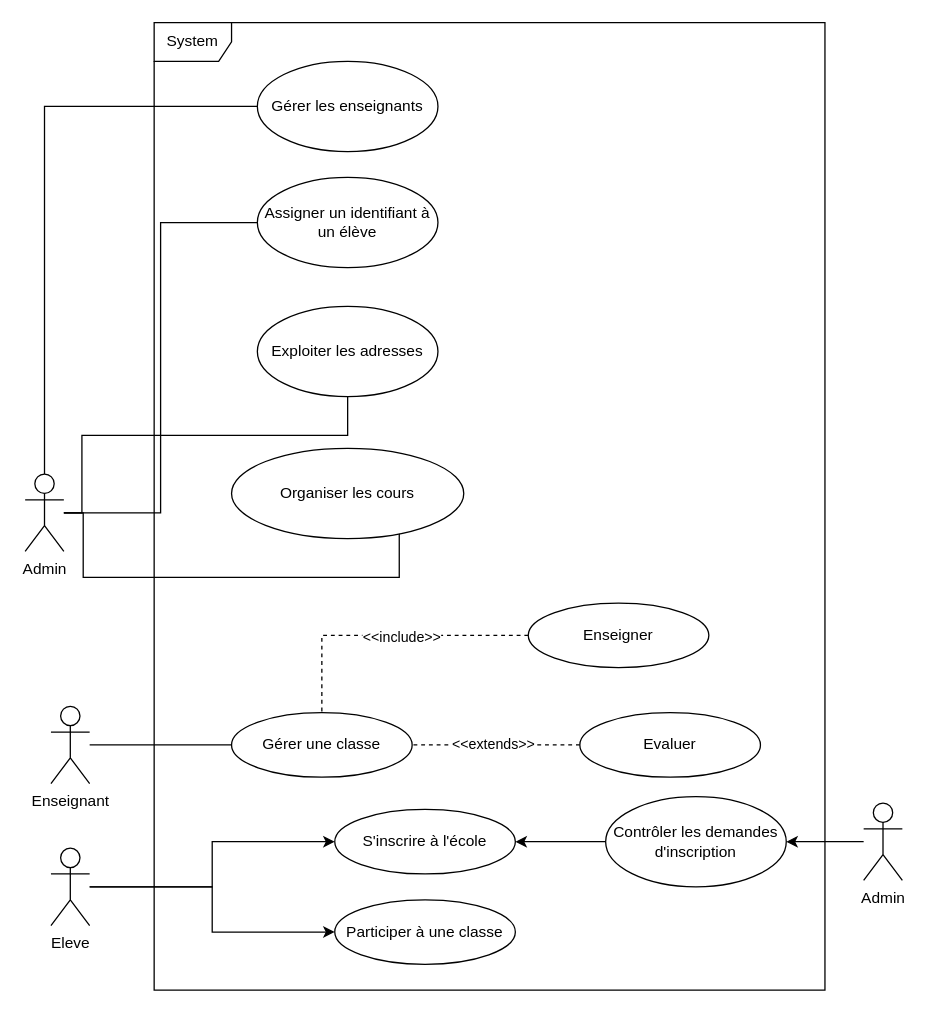
This is EcoleUML.drawio from KMorere/school_uml, a draw.io file, before an edit. Source tidied: cells renumbered, new cells numbered last; positions are measured from the earlier drawing's top-left corner, leaving out a move shared by most shapes. Both pictures are drawn from the tidied source at 129%, with x=0, y=0 at pixel (25, 22).
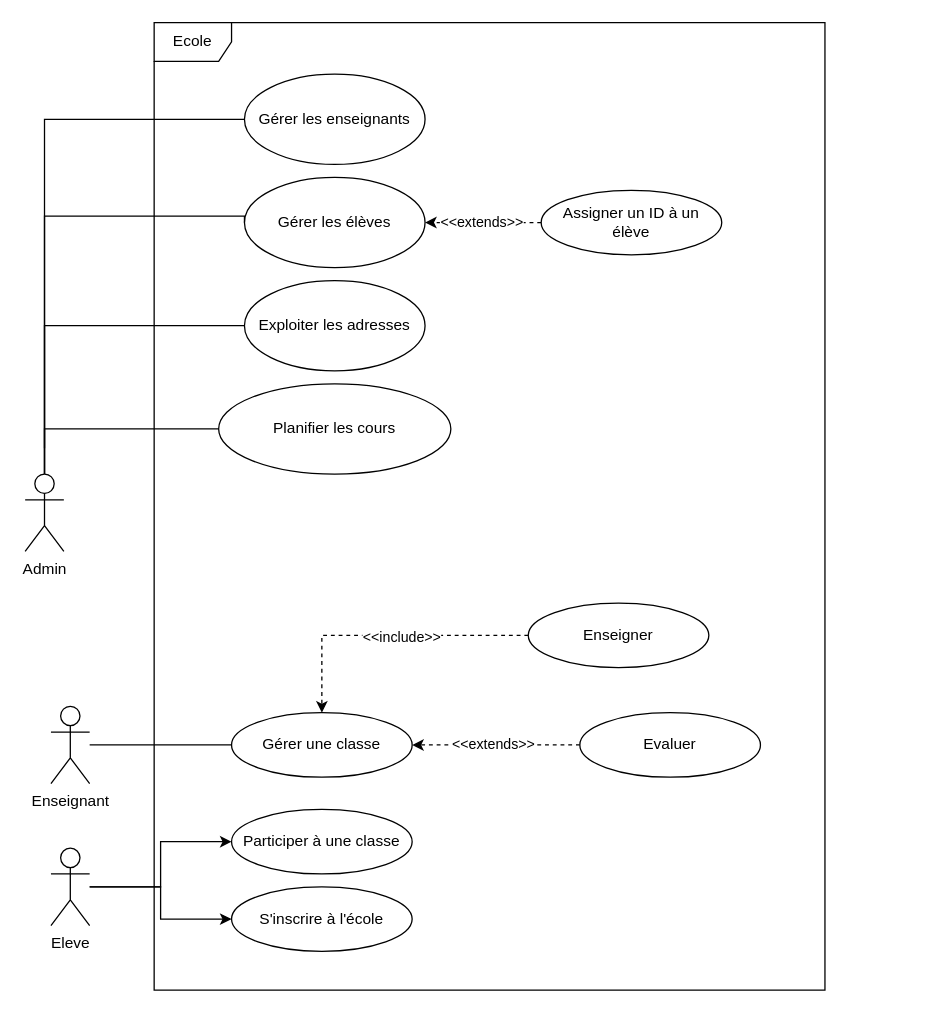
After the change.

Unchanged cells that the change refers to:
```xml
<mxCell id="9" value="Gérer une classe" style="ellipse;whiteSpace=wrap;html=1;" parent="1" vertex="1">
  <mxGeometry x="160" y="535" width="140" height="50" as="geometry" />
</mxCell>
<mxCell id="14" value="Admin" style="shape=umlActor;verticalLabelPosition=bottom;verticalAlign=top;html=1;" parent="1" vertex="1">
  <mxGeometry y="350" width="30" height="60" as="geometry" />
</mxCell>
<mxCell id="26" value="Enseigner" style="ellipse;whiteSpace=wrap;html=1;" parent="1" vertex="1">
  <mxGeometry x="390" y="450" width="140" height="50" as="geometry" />
</mxCell>
<mxCell id="29" value="Evaluer" style="ellipse;whiteSpace=wrap;html=1;" parent="1" vertex="1">
  <mxGeometry x="430" y="535" width="140" height="50" as="geometry" />
</mxCell>
```

Change to the diagram source:
```diff
@@
-    <mxCell id="7" value="System" style="shape=umlFrame;whiteSpace=wrap;html=1;" parent="1" vertex="1">
+    <mxCell id="7" value="Ecole" style="shape=umlFrame;whiteSpace=wrap;html=1;" parent="1" vertex="1">
       <mxGeometry x="100" width="520" height="750" as="geometry" />
     </mxCell>
     <mxCell id="8" value="Participer à une classe" style="ellipse;whiteSpace=wrap;html=1;" parent="1" vertex="1">
-      <mxGeometry x="240" y="680" width="140" height="50" as="geometry" />
+      <mxGeometry x="160" y="610" width="140" height="50" as="geometry" />
     </mxCell>
@@
     <mxCell id="10" value="Exploiter les adresses" style="ellipse;whiteSpace=wrap;html=1;" parent="1" vertex="1">
-      <mxGeometry x="180" y="220" width="140" height="70" as="geometry" />
+      <mxGeometry x="170" y="200" width="140" height="70" as="geometry" />
     </mxCell>
-    <mxCell id="11" style="edgeStyle=orthogonalEdgeStyle;rounded=0;jettySize=auto;html=1;endArrow=none;endFill=0;" parent="1" edge="1" source="14" target="10">
+    <mxCell id="11" style="edgeStyle=orthogonalEdgeStyle;rounded=0;jettySize=auto;html=1;endArrow=none;endFill=0;entryX=0;entryY=0.5;entryDx=0;entryDy=0;" parent="1" edge="1" target="10">
       <mxGeometry relative="1" as="geometry">
+        <mxPoint x="15" y="330" as="sourcePoint" />
         <Array as="points">
-          <mxPoint x="44" y="380" />
-          <mxPoint x="44" y="320" />
-          <mxPoint x="250" y="320" />
+          <mxPoint x="15" y="235" />
         </Array>
       </mxGeometry>
     </mxCell>
-    <mxCell id="12" style="edgeStyle=orthogonalEdgeStyle;rounded=0;jettySize=auto;html=1;entryX=0;entryY=0.5;entryDx=0;entryDy=0;" parent="1" edge="1" source="14" target="15">
-      <mxGeometry relative="1" as="geometry">
-        <Array as="points">
-          <mxPoint x="45" y="430" />
-          <mxPoint x="290" y="430" />
-          <mxPoint x="290" y="365" />
-        </Array>
-      </mxGeometry>
-    </mxCell>
-    <mxCell id="13" style="edgeStyle=orthogonalEdgeStyle;rounded=0;jettySize=auto;html=1;entryX=0;entryY=0.5;entryDx=0;entryDy=0;endArrow=none;endFill=0;" parent="1" edge="1" source="14" target="16">
-      <mxGeometry relative="1" as="geometry" />
-    </mxCell>
@@
-    <mxCell id="15" value="Organiser les cours" style="ellipse;whiteSpace=wrap;html=1;" parent="1" vertex="1">
-      <mxGeometry x="160" y="330" width="180" height="70" as="geometry" />
+    <mxCell id="15" value="Planifier les cours" style="ellipse;whiteSpace=wrap;html=1;" parent="1" vertex="1">
+      <mxGeometry x="150" y="280" width="180" height="70" as="geometry" />
     </mxCell>
-    <mxCell id="16" value="Assigner un identifiant à un élève" style="ellipse;whiteSpace=wrap;html=1;" parent="1" vertex="1">
-      <mxGeometry x="180" y="120" width="140" height="70" as="geometry" />
-    </mxCell>
@@
     <mxCell id="18" value="Gérer les enseignants" style="ellipse;whiteSpace=wrap;html=1;" parent="1" vertex="1">
-      <mxGeometry x="180" y="30" width="140" height="70" as="geometry" />
+      <mxGeometry x="170" y="40" width="140" height="70" as="geometry" />
     </mxCell>
     <mxCell id="19" value="S'inscrire à l'école" style="ellipse;whiteSpace=wrap;html=1;" parent="1" vertex="1">
-      <mxGeometry x="240" y="610" width="140" height="50" as="geometry" />
+      <mxGeometry x="160" y="670" width="140" height="50" as="geometry" />
     </mxCell>
-    <mxCell id="20" value="Admin" style="shape=umlActor;verticalLabelPosition=bottom;verticalAlign=top;html=1;" parent="1" vertex="1">
-      <mxGeometry x="650" y="605" width="30" height="60" as="geometry" />
-    </mxCell>
-    <mxCell id="21" style="edgeStyle=orthogonalEdgeStyle;rounded=0;jettySize=auto;html=1;" parent="1" edge="1" source="22" target="19">
-      <mxGeometry relative="1" as="geometry" />
-    </mxCell>
-    <mxCell id="22" value="Contrôler les demandes d'inscription" style="ellipse;whiteSpace=wrap;html=1;" parent="1" vertex="1">
-      <mxGeometry x="450" y="600" width="140" height="70" as="geometry" />
-    </mxCell>
-    <mxCell id="23" style="edgeStyle=orthogonalEdgeStyle;rounded=0;jettySize=auto;html=1;" parent="1" edge="1" source="20" target="22">
-      <mxGeometry relative="1" as="geometry" />
-    </mxCell>
-    <mxCell id="24" style="edgeStyle=orthogonalEdgeStyle;rounded=0;jettySize=auto;html=1;dashed=1;endArrow=none;endFill=0;" parent="1" edge="1" source="26" target="9">
+    <mxCell id="24" style="edgeStyle=orthogonalEdgeStyle;rounded=0;jettySize=auto;html=1;dashed=1;endArrow=classic;endFill=1;" parent="1" edge="1" source="26" target="9">
       <mxGeometry relative="1" as="geometry" />
     </mxCell>
@@
-    <mxCell id="27" style="edgeStyle=orthogonalEdgeStyle;rounded=0;jettySize=auto;html=1;dashed=1;endArrow=none;endFill=0;" parent="1" edge="1" source="29" target="9">
+    <mxCell id="27" style="edgeStyle=orthogonalEdgeStyle;rounded=0;jettySize=auto;html=1;dashed=1;endArrow=classic;endFill=1;" parent="1" edge="1" source="29" target="9">
       <mxGeometry relative="1" as="geometry" />
     </mxCell>
@@
+    <mxCell id="30" value="Gérer les élèves" style="ellipse;whiteSpace=wrap;html=1;" parent="1" vertex="1">
+      <mxGeometry x="170" y="120" width="140" height="70" as="geometry" />
+    </mxCell>
+    <mxCell id="31" style="edgeStyle=orthogonalEdgeStyle;rounded=0;jettySize=auto;html=1;entryX=0;entryY=0.5;entryDx=0;entryDy=0;endArrow=none;endFill=0;exitX=0.5;exitY=0;exitDx=0;exitDy=0;exitPerimeter=0;" parent="1" edge="1" source="14" target="30">
+      <mxGeometry relative="1" as="geometry">
+        <Array as="points">
+          <mxPoint x="15" y="150" />
+          <mxPoint x="170" y="150" />
+        </Array>
+      </mxGeometry>
+    </mxCell>
+    <mxCell id="32" value="Assigner un ID à un&lt;div&gt;élève&lt;/div&gt;" style="ellipse;whiteSpace=wrap;html=1;" parent="1" vertex="1">
+      <mxGeometry x="400" y="130" width="140" height="50" as="geometry" />
+    </mxCell>
+    <mxCell id="33" style="edgeStyle=orthogonalEdgeStyle;rounded=0;jettySize=auto;html=1;dashed=1;endArrow=classic;endFill=1;exitX=0;exitY=0.5;exitDx=0;exitDy=0;entryX=1;entryY=0.5;entryDx=0;entryDy=0;" parent="1" edge="1" source="32" target="30">
+      <mxGeometry relative="1" as="geometry" />
+    </mxCell>
+    <mxCell id="34" value="&amp;lt;&amp;lt;extends&amp;gt;&amp;gt;" style="edgeLabel;html=1;align=center;verticalAlign=middle;" parent="33" vertex="1">
+      <mxGeometry x="0.05" y="-1" relative="1" as="geometry" />
+    </mxCell>
+    <mxCell id="12" style="edgeStyle=orthogonalEdgeStyle;rounded=0;jettySize=auto;html=1;endArrow=none;endFill=0;entryX=0;entryY=0.5;entryDx=0;entryDy=0;exitX=0.5;exitY=0;exitDx=0;exitDy=0;exitPerimeter=0;" parent="1" edge="1" source="14" target="15">
+      <mxGeometry relative="1" as="geometry">
+        <Array as="points">
+          <mxPoint x="15" y="315" />
+        </Array>
+      </mxGeometry>
+    </mxCell>
```
